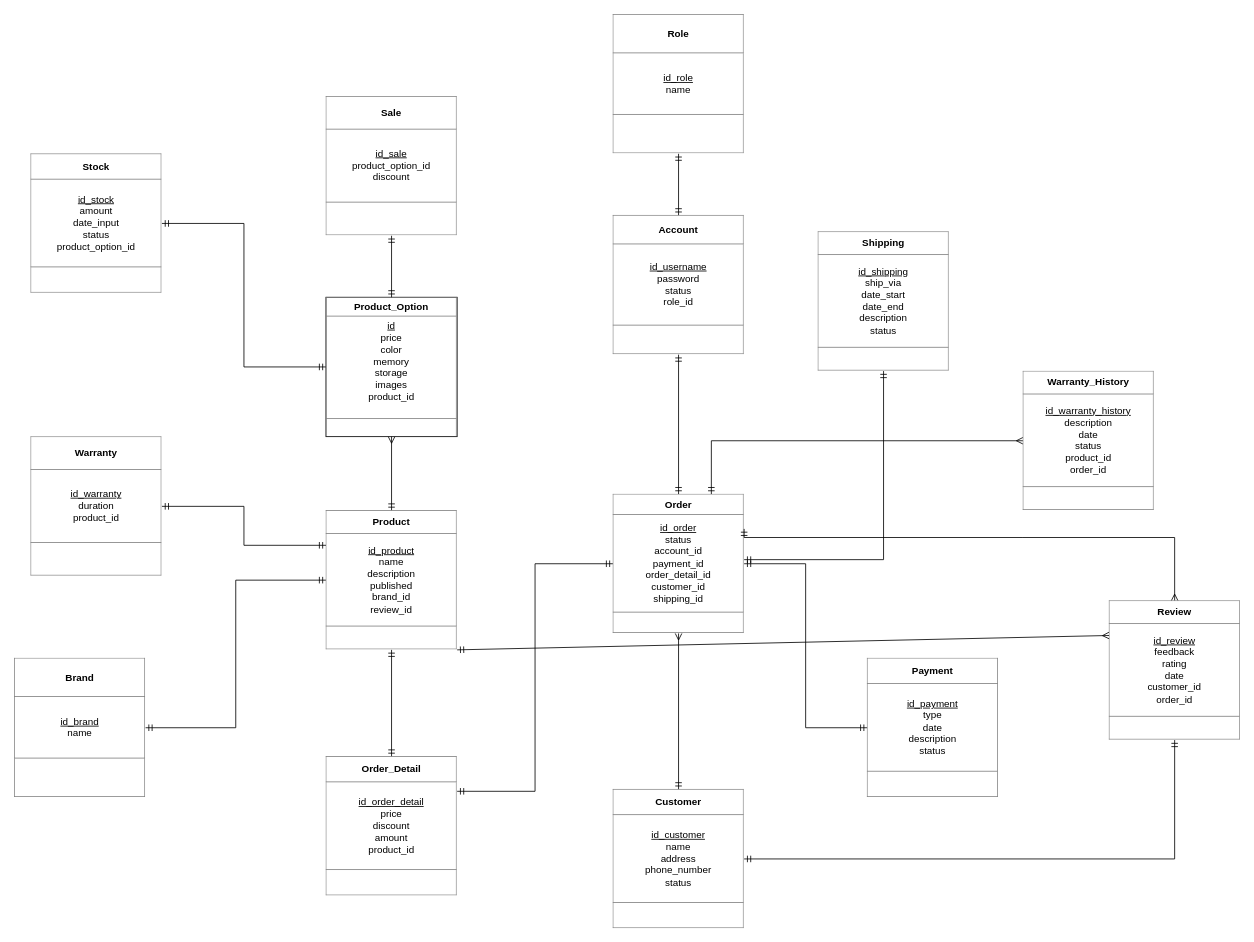
Earlier version of the draw.io diagram diagram/diagram.drawio (DuyPham99/Final-Project). Source tidied: cells renumbered, new cells numbered last; positions are measured from the earlier drawing's top-left corner, leaving out a move shared by most shapes. Both pictures are drawn from the tidied source at 82%, with x=0, y=0 at pixel (14, 14).
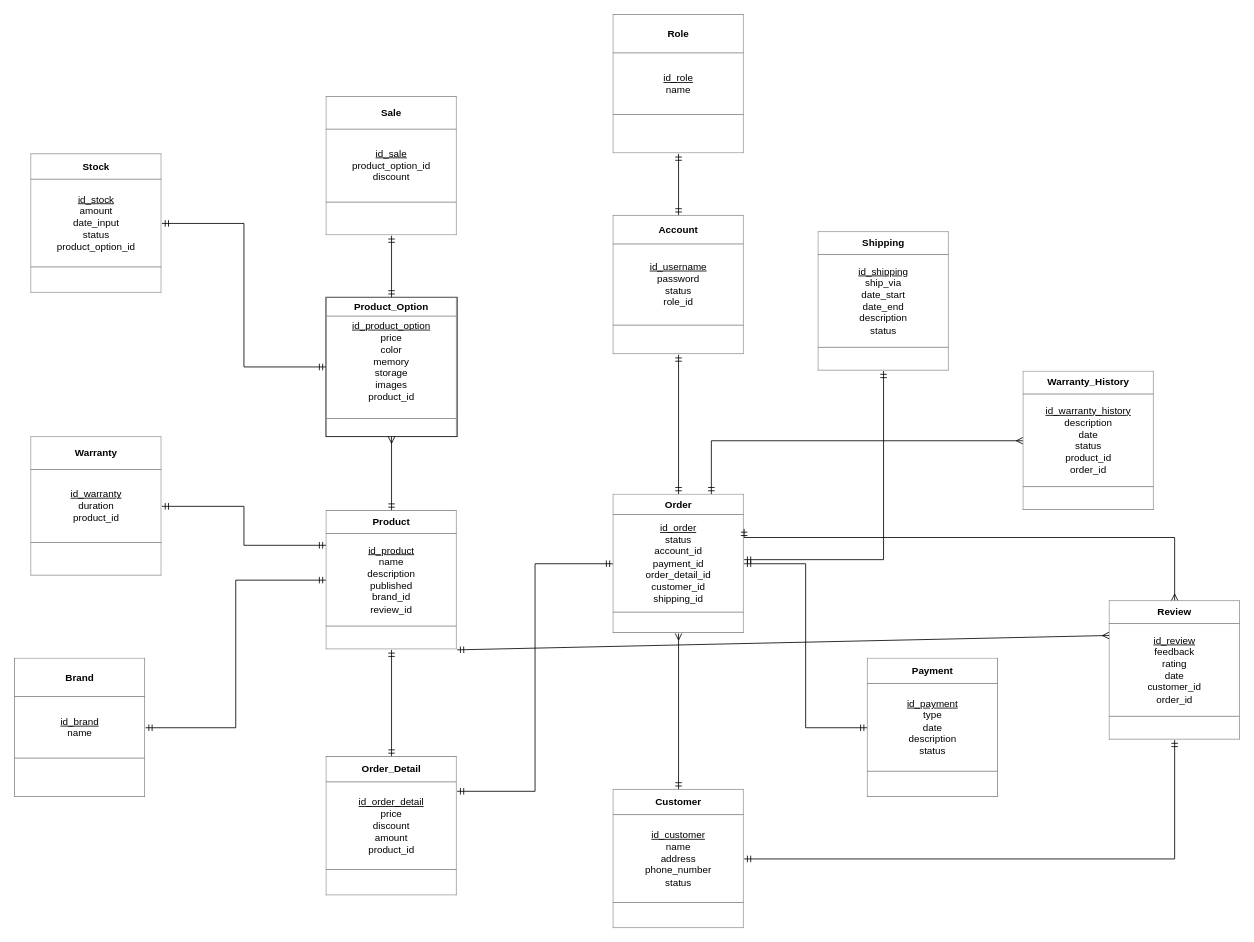
The same diagram, later.

Change to the diagram source:
```diff
@@
-    <mxCell id="19" value="&lt;table border=&quot;1&quot; width=&quot;100%&quot; cellpadding=&quot;4&quot; style=&quot;width: 100% ; height: 100% ; border-collapse: collapse&quot;&gt;&lt;tbody&gt;&lt;tr&gt;&lt;th align=&quot;center&quot;&gt;Product_Option&lt;br&gt;&lt;/th&gt;&lt;/tr&gt;&lt;tr&gt;&lt;td align=&quot;center&quot;&gt;&lt;u&gt;id&lt;/u&gt;&lt;br&gt;price&lt;br&gt;color&lt;br&gt;memory&lt;br&gt;storage&lt;br&gt;images&lt;br&gt;product_id&lt;br&gt;&lt;br&gt;&lt;/td&gt;&lt;/tr&gt;&lt;tr&gt;&lt;td align=&quot;center&quot;&gt;&lt;br&gt;&lt;/td&gt;&lt;/tr&gt;&lt;/tbody&gt;&lt;/table&gt;" style="text;html=1;fillColor=none;overflow=fill;strokeColor=#000000;" parent="1" vertex="1">
+    <mxCell id="19" value="&lt;table border=&quot;1&quot; width=&quot;100%&quot; cellpadding=&quot;4&quot; style=&quot;width: 100% ; height: 100% ; border-collapse: collapse&quot;&gt;&lt;tbody&gt;&lt;tr&gt;&lt;th align=&quot;center&quot;&gt;Product_Option&lt;br&gt;&lt;/th&gt;&lt;/tr&gt;&lt;tr&gt;&lt;td align=&quot;center&quot;&gt;&lt;u&gt;id_product_option&lt;/u&gt;&lt;br&gt;price&lt;br&gt;color&lt;br&gt;memory&lt;br&gt;storage&lt;br&gt;images&lt;br&gt;product_id&lt;br&gt;&lt;br&gt;&lt;/td&gt;&lt;/tr&gt;&lt;tr&gt;&lt;td align=&quot;center&quot;&gt;&lt;br&gt;&lt;/td&gt;&lt;/tr&gt;&lt;/tbody&gt;&lt;/table&gt;" style="text;html=1;fillColor=none;overflow=fill;strokeColor=#000000;" parent="1" vertex="1">
       <mxGeometry x="380" y="345" width="160" height="170" as="geometry" />
     </mxCell>
```
